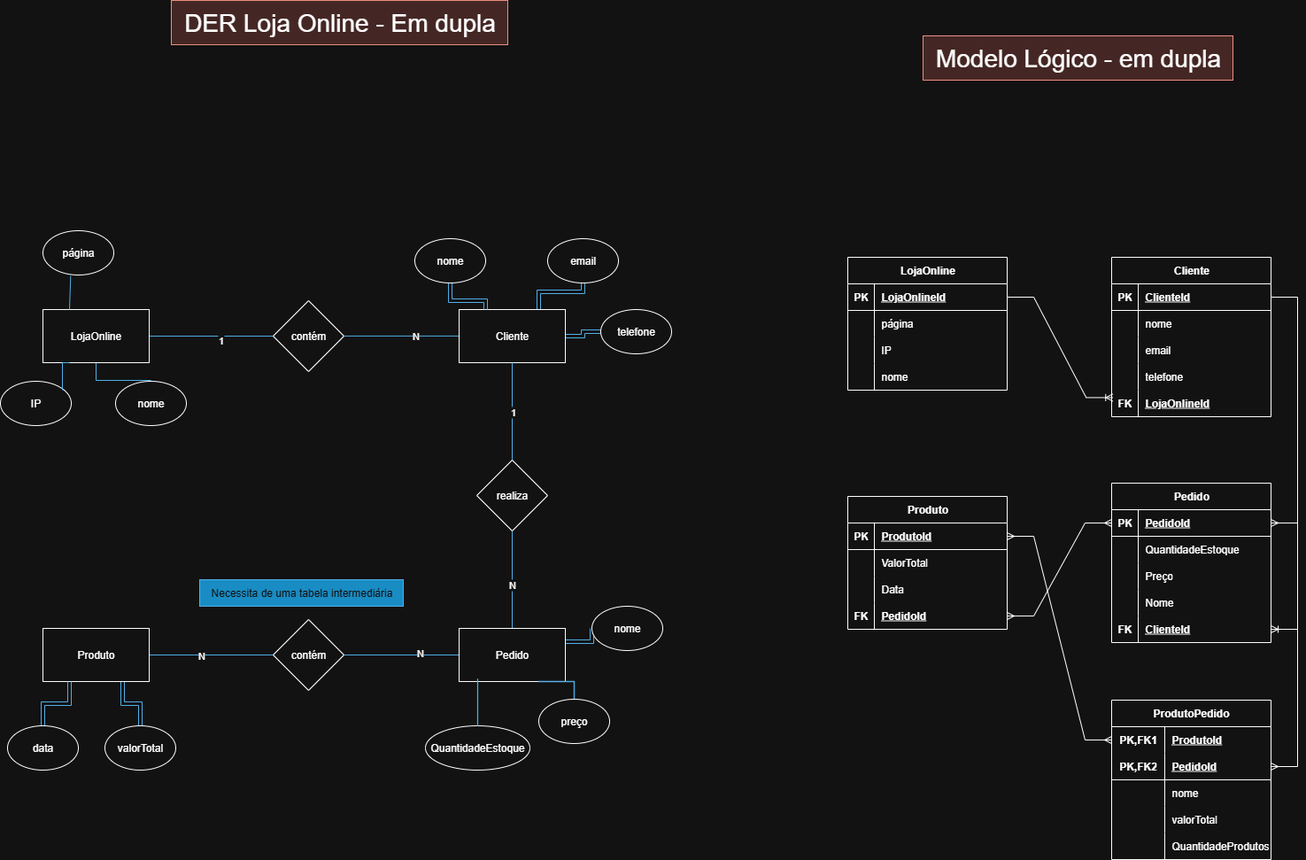
The draw.io diagram Gi e Rafa.drawio.png in gigi170408/Banco_de_dados, before a commit. Source tidied: cells renumbered, new cells last; positions are measured from the earlier drawing's top-left corner, leaving out a move shared by most shapes.
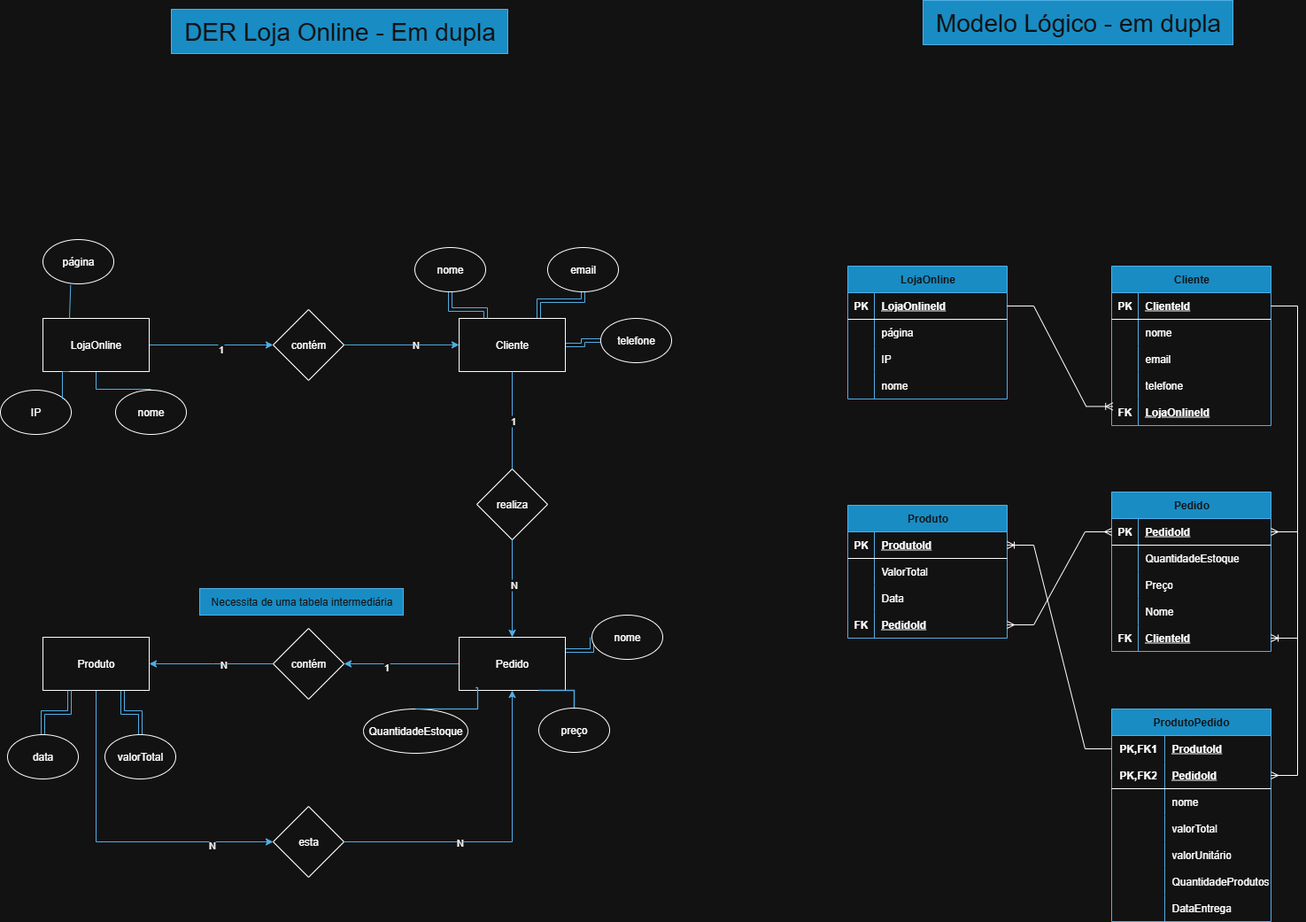
After the commit.

Commit message:
Criado o MER-LojaOnline

Change to the diagram source:
```diff
@@ -2,10 +2,10 @@
   <root>
     <mxCell id="0" />
     <mxCell id="1" parent="0" />
-    <mxCell id="2" value="&lt;font style=&quot;font-size: 28px;&quot;&gt;DER Loja Online - Em dupla&lt;/font&gt;" style="text;html=1;align=center;verticalAlign=middle;strokeColor=#ae4132;fillColor=#fad9d5;strokeWidth=1;" parent="1" vertex="1">
+    <mxCell id="2" value="&lt;font style=&quot;font-size: 28px;&quot;&gt;DER Loja Online - Em dupla&lt;/font&gt;" style="text;html=1;align=center;verticalAlign=middle;strokeColor=#006EAF;fillColor=#1ba1e2;strokeWidth=1;fontColor=#ffffff;" parent="1" vertex="1">
       <mxGeometry x="193" width="380" height="50" as="geometry" />
     </mxCell>
-    <mxCell id="3" style="edgeStyle=orthogonalEdgeStyle;rounded=0;jettySize=auto;html=1;fillColor=#1ba1e2;strokeColor=#006EAF;endArrow=none;endFill=0;" parent="1" edge="1" source="6" target="9">
+    <mxCell id="3" style="edgeStyle=orthogonalEdgeStyle;rounded=0;jettySize=auto;html=1;fillColor=#1ba1e2;strokeColor=#006EAF;endArrow=classic;endFill=1;" parent="1" edge="1" source="6" target="9">
       <mxGeometry relative="1" as="geometry" />
     </mxCell>
     <mxCell id="4" value="1" style="edgeLabel;html=1;align=center;verticalAlign=middle;" parent="3" vertex="1">
@@ -17,7 +17,7 @@
     <mxCell id="6" value="LojaOnline" style="rounded=0;whiteSpace=wrap;html=1;" parent="1" vertex="1">
       <mxGeometry x="48" y="349" width="120" height="60" as="geometry" />
     </mxCell>
-    <mxCell id="7" style="edgeStyle=orthogonalEdgeStyle;rounded=0;orthogonalLoop=1;jettySize=auto;html=1;endArrow=none;endFill=0;fillColor=#1ba1e2;strokeColor=#006EAF;" parent="1" edge="1">
+    <mxCell id="7" style="edgeStyle=orthogonalEdgeStyle;rounded=0;orthogonalLoop=1;jettySize=auto;html=1;endArrow=classic;endFill=1;fillColor=#1ba1e2;strokeColor=#006EAF;" parent="1" edge="1">
       <mxGeometry relative="1" as="geometry">
         <mxPoint x="388" y="378.9" as="sourcePoint" />
         <mxPoint x="518" y="378.9" as="targetPoint" />
@@ -38,8 +38,13 @@
     <mxCell id="12" value="Cliente" style="whiteSpace=wrap;html=1;rounded=0;" parent="1" vertex="1">
       <mxGeometry x="518" y="349" width="120" height="60" as="geometry" />
     </mxCell>
-    <mxCell id="13" style="edgeStyle=orthogonalEdgeStyle;rounded=0;jettySize=auto;html=1;endArrow=none;endFill=0;fillColor=#1ba1e2;strokeColor=#006EAF;" parent="1" edge="1" source="16" target="19">
-      <mxGeometry relative="1" as="geometry" />
+    <mxCell id="13" style="edgeStyle=orthogonalEdgeStyle;rounded=0;jettySize=auto;html=1;endArrow=classic;endFill=1;fillColor=#1ba1e2;strokeColor=#006EAF;exitX=0;exitY=0.5;exitDx=0;exitDy=0;entryX=1;entryY=0.5;entryDx=0;entryDy=0;" parent="1" edge="1" source="19" target="16">
+      <mxGeometry relative="1" as="geometry">
+        <Array as="points">
+          <mxPoint x="240" y="739" />
+          <mxPoint x="240" y="739" />
+        </Array>
+      </mxGeometry>
     </mxCell>
     <mxCell id="14" value="N" style="edgeLabel;html=1;align=center;verticalAlign=middle;" parent="13" vertex="1">
       <mxGeometry x="-0.19" relative="1" as="geometry" />
@@ -47,19 +52,29 @@
     <mxCell id="15" style="edgeStyle=orthogonalEdgeStyle;shape=link;rounded=0;jettySize=auto;html=1;exitX=0.75;exitY=1;exitDx=0;exitDy=0;entryX=0.5;entryY=0;entryDx=0;entryDy=0;fillColor=#1ba1e2;strokeColor=#006EAF;" parent="1" edge="1" source="16" target="29">
       <mxGeometry relative="1" as="geometry" />
     </mxCell>
+    <mxCell id="125" style="edgeStyle=orthogonalEdgeStyle;rounded=0;jettySize=auto;html=1;entryX=0;entryY=0.5;entryDx=0;entryDy=0;endArrow=classic;endFill=1;fillColor=#1ba1e2;strokeColor=#006EAF;" parent="1" edge="1" source="16" target="135">
+      <mxGeometry relative="1" as="geometry">
+        <Array as="points">
+          <mxPoint x="108" y="940" />
+        </Array>
+      </mxGeometry>
+    </mxCell>
+    <mxCell id="126" value="N" style="edgeLabel;html=1;align=center;verticalAlign=middle;" parent="125" vertex="1">
+      <mxGeometry x="0.63" y="-3" relative="1" as="geometry" />
+    </mxCell>
     <mxCell id="16" value="Produto" style="whiteSpace=wrap;html=1;rounded=0;" parent="1" vertex="1">
       <mxGeometry x="48" y="709" width="120" height="60" as="geometry" />
     </mxCell>
-    <mxCell id="17" style="edgeStyle=orthogonalEdgeStyle;rounded=0;jettySize=auto;html=1;fillColor=#1ba1e2;strokeColor=#006EAF;endArrow=none;endFill=0;" parent="1" edge="1" source="19" target="23">
+    <mxCell id="17" style="edgeStyle=orthogonalEdgeStyle;rounded=0;jettySize=auto;html=1;fillColor=#1ba1e2;strokeColor=#006EAF;endArrow=classic;endFill=1;entryX=1;entryY=0.5;entryDx=0;entryDy=0;exitX=0;exitY=0.5;exitDx=0;exitDy=0;" parent="1" edge="1" source="23" target="19">
       <mxGeometry relative="1" as="geometry" />
     </mxCell>
-    <mxCell id="18" value="N" style="edgeLabel;html=1;align=center;verticalAlign=middle;" parent="17" vertex="1">
+    <mxCell id="18" value="1" style="edgeLabel;html=1;align=center;verticalAlign=middle;" parent="17" vertex="1">
       <mxGeometry x="0.29" y="3" relative="1" as="geometry" />
     </mxCell>
     <mxCell id="19" value="contém" style="rhombus;whiteSpace=wrap;html=1;rounded=0;" parent="1" vertex="1">
       <mxGeometry x="308" y="699" width="80" height="80" as="geometry" />
     </mxCell>
-    <mxCell id="20" style="edgeStyle=orthogonalEdgeStyle;rounded=0;jettySize=auto;html=1;endArrow=none;endFill=0;fillColor=#1ba1e2;strokeColor=#006EAF;" parent="1" edge="1" source="23" target="26">
+    <mxCell id="20" style="edgeStyle=orthogonalEdgeStyle;rounded=0;jettySize=auto;html=1;endArrow=classic;endFill=1;fillColor=#1ba1e2;strokeColor=#006EAF;entryX=0.5;entryY=0;entryDx=0;entryDy=0;exitX=0.5;exitY=1;exitDx=0;exitDy=0;" parent="1" edge="1" source="26" target="23">
       <mxGeometry relative="1" as="geometry" />
     </mxCell>
     <mxCell id="21" value="N" style="edgeLabel;html=1;align=center;verticalAlign=middle;" parent="20" vertex="1">
@@ -93,7 +108,7 @@
       <mxGeometry x="668" y="684" width="80" height="50" as="geometry" />
     </mxCell>
     <mxCell id="31" value="QuantidadeEstoque" style="ellipse;whiteSpace=wrap;html=1;" parent="1" vertex="1">
-      <mxGeometry x="480" y="819" width="118" height="50" as="geometry" />
+      <mxGeometry x="410" y="790" width="118" height="50" as="geometry" />
     </mxCell>
     <mxCell id="32" style="edgeStyle=orthogonalEdgeStyle;shape=link;rounded=0;jettySize=auto;html=1;exitX=0.5;exitY=0;exitDx=0;exitDy=0;entryX=0.75;entryY=1;entryDx=0;entryDy=0;fillColor=#1ba1e2;strokeColor=#006EAF;width=0.46511627906976827;" parent="1" edge="1" source="33" target="23">
       <mxGeometry relative="1" as="geometry" />
@@ -120,7 +135,7 @@
         </Array>
       </mxGeometry>
     </mxCell>
-    <mxCell id="39" value="LojaOnline" style="shape=table;startSize=30;rowLines=0;fontStyle=1;align=center;html=1;" parent="1" vertex="1">
+    <mxCell id="39" value="LojaOnline" style="shape=table;startSize=30;rowLines=0;fontStyle=1;align=center;html=1;fillColor=#1ba1e2;fontColor=#ffffff;strokeColor=#006EAF;" parent="1" vertex="1">
       <mxGeometry x="957" y="290" width="180" height="150" as="geometry" />
     </mxCell>
     <mxCell id="40" style="shape=tableRow;horizontal=0;startSize=0;swimlaneHead=0;swimlaneBody=0;fillColor=none;points=[[0,0.5],[1,0.5]];portConstraint=eastwest;top=0;left=0;right=0;bottom=1;" parent="39" vertex="1">
@@ -174,10 +189,10 @@
     <mxCell id="56" style="edgeStyle=orthogonalEdgeStyle;rounded=0;jettySize=auto;html=1;exitX=0.25;exitY=1;exitDx=0;exitDy=0;entryX=0.875;entryY=0.2;entryDx=0;entryDy=0;entryPerimeter=0;fillColor=#1ba1e2;strokeColor=#006EAF;endArrow=none;endFill=0;" parent="1" edge="1" source="6" target="53">
       <mxGeometry relative="1" as="geometry" />
     </mxCell>
-    <mxCell id="57" value="&lt;span style=&quot;font-size: 28px;&quot;&gt;Modelo Lógico - em dupla&lt;/span&gt;" style="text;html=1;align=center;verticalAlign=middle;strokeColor=#ae4132;fillColor=#fad9d5;strokeWidth=1;" parent="1" vertex="1">
-      <mxGeometry x="1042" y="40" width="350" height="50" as="geometry" />
+    <mxCell id="57" value="&lt;span style=&quot;font-size: 28px;&quot;&gt;Modelo Lógico - em dupla&lt;/span&gt;" style="text;html=1;align=center;verticalAlign=middle;strokeColor=#006EAF;fillColor=#1ba1e2;strokeWidth=1;fontColor=#ffffff;" parent="1" vertex="1">
+      <mxGeometry x="1042" y="-10" width="350" height="50" as="geometry" />
     </mxCell>
-    <mxCell id="58" value="Cliente" style="shape=table;startSize=30;rowLines=0;fontStyle=1;align=center;html=1;" parent="1" vertex="1">
+    <mxCell id="58" value="Cliente" style="shape=table;startSize=30;rowLines=0;fontStyle=1;align=center;html=1;fillColor=#1ba1e2;fontColor=#ffffff;strokeColor=#006EAF;" parent="1" vertex="1">
       <mxGeometry x="1255" y="290" width="180" height="180" as="geometry" />
     </mxCell>
     <mxCell id="59" style="shape=tableRow;horizontal=0;startSize=0;swimlaneHead=0;swimlaneBody=0;fillColor=none;points=[[0,0.5],[1,0.5]];portConstraint=eastwest;top=0;left=0;right=0;bottom=1;" parent="58" vertex="1">
@@ -225,7 +240,7 @@
     <mxCell id="73" value="&lt;span style=&quot;font-weight: 700; text-decoration-line: underline;&quot;&gt;LojaOnlineId&lt;/span&gt;" style="shape=partialRectangle;fillColor=none;top=0;left=0;bottom=0;right=0;align=left;spacingLeft=6;overflow=hidden;whiteSpace=wrap;html=1;" parent="71" vertex="1">
       <mxGeometry x="30" width="150" height="30" as="geometry" />
     </mxCell>
-    <mxCell id="74" value="Produto" style="shape=table;startSize=30;rowLines=0;fontStyle=1;align=center;html=1;" parent="1" vertex="1">
+    <mxCell id="74" value="Produto" style="shape=table;startSize=30;rowLines=0;fontStyle=1;align=center;html=1;fillColor=#1ba1e2;fontColor=#ffffff;strokeColor=#006EAF;" parent="1" vertex="1">
       <mxGeometry x="957" y="560" width="180" height="150" as="geometry" />
     </mxCell>
     <mxCell id="75" style="shape=tableRow;horizontal=0;startSize=0;swimlaneHead=0;swimlaneBody=0;fillColor=none;points=[[0,0.5],[1,0.5]];portConstraint=eastwest;top=0;left=0;right=0;bottom=1;" parent="74" vertex="1">
@@ -264,7 +279,7 @@
     <mxCell id="86" value="&lt;span style=&quot;font-weight: 700; text-decoration-line: underline;&quot;&gt;PedidoId&lt;/span&gt;" style="shape=partialRectangle;fillColor=none;top=0;left=0;bottom=0;right=0;align=left;spacingLeft=6;overflow=hidden;whiteSpace=wrap;html=1;" parent="84" vertex="1">
       <mxGeometry x="30" width="150" height="30" as="geometry" />
     </mxCell>
-    <mxCell id="87" value="Pedido" style="shape=table;startSize=30;rowLines=0;fontStyle=1;align=center;html=1;" parent="1" vertex="1">
+    <mxCell id="87" value="Pedido" style="shape=table;startSize=30;rowLines=0;fontStyle=1;align=center;html=1;fillColor=#1ba1e2;fontColor=#ffffff;strokeColor=#006EAF;" parent="1" vertex="1">
       <mxGeometry x="1255" y="545" width="180" height="180" as="geometry" />
     </mxCell>
     <mxCell id="88" style="shape=tableRow;horizontal=0;startSize=0;swimlaneHead=0;swimlaneBody=0;fillColor=none;points=[[0,0.5],[1,0.5]];portConstraint=eastwest;top=0;left=0;right=0;bottom=1;" parent="87" vertex="1">
@@ -325,8 +340,8 @@
     <mxCell id="105" style="edgeStyle=entityRelationEdgeStyle;fontSize=12;html=1;endArrow=ERmany;startArrow=ERmany;rounded=0;entryX=0;entryY=0.5;entryDx=0;entryDy=0;exitX=1;exitY=0.5;exitDx=0;exitDy=0;" parent="1" edge="1" source="84" target="88">
       <mxGeometry relative="1" as="geometry" />
     </mxCell>
-    <mxCell id="106" value="ProdutoPedido" style="shape=table;startSize=30;rowLines=0;fontStyle=1;align=center;html=1;whiteSpace=wrap;" parent="1" vertex="1">
-      <mxGeometry x="1255" y="790" width="180" height="180" as="geometry" />
+    <mxCell id="106" value="ProdutoPedido" style="shape=table;startSize=30;rowLines=0;fontStyle=1;align=center;html=1;whiteSpace=wrap;fillColor=#1ba1e2;fontColor=#ffffff;strokeColor=#006EAF;" parent="1" vertex="1">
+      <mxGeometry x="1255" y="790" width="180" height="240" as="geometry" />
     </mxCell>
     <mxCell id="107" style="shape=tableRow;horizontal=0;startSize=0;swimlaneHead=0;swimlaneBody=0;fillColor=none;points=[[0,0.5],[1,0.5]];portConstraint=eastwest;top=0;left=0;right=0;bottom=0;html=1;" parent="106" vertex="1">
       <mxGeometry y="30" width="180" height="30" as="geometry" />
@@ -364,8 +379,17 @@
     <mxCell id="118" value="&lt;span style=&quot;text-align: center;&quot;&gt;valorTotal&lt;/span&gt;" style="shape=partialRectangle;fillColor=none;top=0;left=0;bottom=0;right=0;align=left;spacingLeft=6;overflow=hidden;html=1;whiteSpace=wrap;" parent="116" vertex="1">
       <mxGeometry x="60" width="120" height="30" as="geometry" />
     </mxCell>
+    <mxCell id="127" style="shape=tableRow;horizontal=0;startSize=0;swimlaneHead=0;swimlaneBody=0;fillColor=none;top=0;left=0;right=0;bottom=0;html=1;" parent="106" vertex="1">
+      <mxGeometry y="150" width="180" height="30" as="geometry" />
+    </mxCell>
+    <mxCell id="128" style="shape=partialRectangle;fillColor=none;top=0;left=0;bottom=0;right=0;overflow=hidden;html=1;whiteSpace=wrap;" parent="127" vertex="1">
+      <mxGeometry width="60" height="30" as="geometry" />
+    </mxCell>
+    <mxCell id="129" value="valorUnitário" style="shape=partialRectangle;fillColor=none;top=0;left=0;bottom=0;right=0;align=left;spacingLeft=6;overflow=hidden;html=1;whiteSpace=wrap;" parent="127" vertex="1">
+      <mxGeometry x="60" width="120" height="30" as="geometry" />
+    </mxCell>
     <mxCell id="119" style="shape=tableRow;horizontal=0;startSize=0;swimlaneHead=0;swimlaneBody=0;fillColor=none;top=0;left=0;right=0;bottom=0;html=1;" parent="106" vertex="1">
-      <mxGeometry y="150" width="180" height="30" as="geometry" />
+      <mxGeometry y="180" width="180" height="30" as="geometry" />
     </mxCell>
     <mxCell id="120" style="shape=partialRectangle;fillColor=none;top=0;left=0;bottom=0;right=0;overflow=hidden;html=1;whiteSpace=wrap;" parent="119" vertex="1">
       <mxGeometry width="60" height="30" as="geometry" />
@@ -373,9 +397,15 @@
     <mxCell id="121" value="&lt;span style=&quot;text-align: center;&quot;&gt;QuantidadeProdutos&lt;/span&gt;" style="shape=partialRectangle;fillColor=none;top=0;left=0;bottom=0;right=0;align=left;spacingLeft=6;overflow=hidden;html=1;whiteSpace=wrap;" parent="119" vertex="1">
       <mxGeometry x="60" width="120" height="30" as="geometry" />
     </mxCell>
-    <mxCell id="122" style="edgeStyle=entityRelationEdgeStyle;fontSize=12;html=1;endArrow=ERmany;startArrow=ERmany;rounded=0;entryX=0;entryY=0.5;entryDx=0;entryDy=0;" parent="1" edge="1" source="75" target="107">
-      <mxGeometry relative="1" as="geometry" />
-    </mxCell>
+    <mxCell id="130" style="shape=tableRow;horizontal=0;startSize=0;swimlaneHead=0;swimlaneBody=0;fillColor=none;top=0;left=0;right=0;bottom=0;html=1;" parent="106" vertex="1">
+      <mxGeometry y="210" width="180" height="30" as="geometry" />
+    </mxCell>
+    <mxCell id="131" style="shape=partialRectangle;fillColor=none;top=0;left=0;bottom=0;right=0;overflow=hidden;html=1;whiteSpace=wrap;" parent="130" vertex="1">
+      <mxGeometry width="60" height="30" as="geometry" />
+    </mxCell>
+    <mxCell id="132" value="DataEntrega" style="shape=partialRectangle;fillColor=none;top=0;left=0;bottom=0;right=0;align=left;spacingLeft=6;overflow=hidden;html=1;whiteSpace=wrap;" parent="130" vertex="1">
+      <mxGeometry x="60" width="120" height="30" as="geometry" />
+    </mxCell>
     <mxCell id="123" style="edgeStyle=entityRelationEdgeStyle;fontSize=12;html=1;endArrow=ERmany;startArrow=ERmany;rounded=0;entryX=1;entryY=0.5;entryDx=0;entryDy=0;exitX=1;exitY=0.5;exitDx=0;exitDy=0;" parent="1" edge="1" source="88" target="110">
       <mxGeometry relative="1" as="geometry">
         <Array as="points">
@@ -387,5 +417,17 @@
     <mxCell id="124" value="Necessita de uma tabela intermediária" style="text;html=1;align=center;verticalAlign=middle;strokeColor=#006EAF;fillColor=#1ba1e2;fontColor=#ffffff;" parent="1" vertex="1">
       <mxGeometry x="225" y="654" width="230" height="30" as="geometry" />
     </mxCell>
+    <mxCell id="133" style="edgeStyle=orthogonalEdgeStyle;rounded=0;jettySize=auto;html=1;entryX=0.5;entryY=1;entryDx=0;entryDy=0;endArrow=classic;endFill=1;fillColor=#1ba1e2;strokeColor=#006EAF;" parent="1" edge="1" source="135" target="23">
+      <mxGeometry relative="1" as="geometry" />
+    </mxCell>
+    <mxCell id="134" value="N" style="edgeLabel;html=1;align=center;verticalAlign=middle;" parent="133" vertex="1">
+      <mxGeometry x="-0.28" relative="1" as="geometry" />
+    </mxCell>
+    <mxCell id="135" value="esta" style="rhombus;whiteSpace=wrap;html=1;" parent="1" vertex="1">
+      <mxGeometry x="308" y="900" width="80" height="80" as="geometry" />
+    </mxCell>
+    <mxCell id="136" style="edgeStyle=entityRelationEdgeStyle;fontSize=12;html=1;endArrow=ERoneToMany;rounded=0;entryX=1;entryY=0.5;entryDx=0;entryDy=0;exitX=0;exitY=0.5;exitDx=0;exitDy=0;" parent="1" edge="1" source="107" target="75">
+      <mxGeometry relative="1" as="geometry" />
+    </mxCell>
   </root>
 </mxGraphModel>
```
